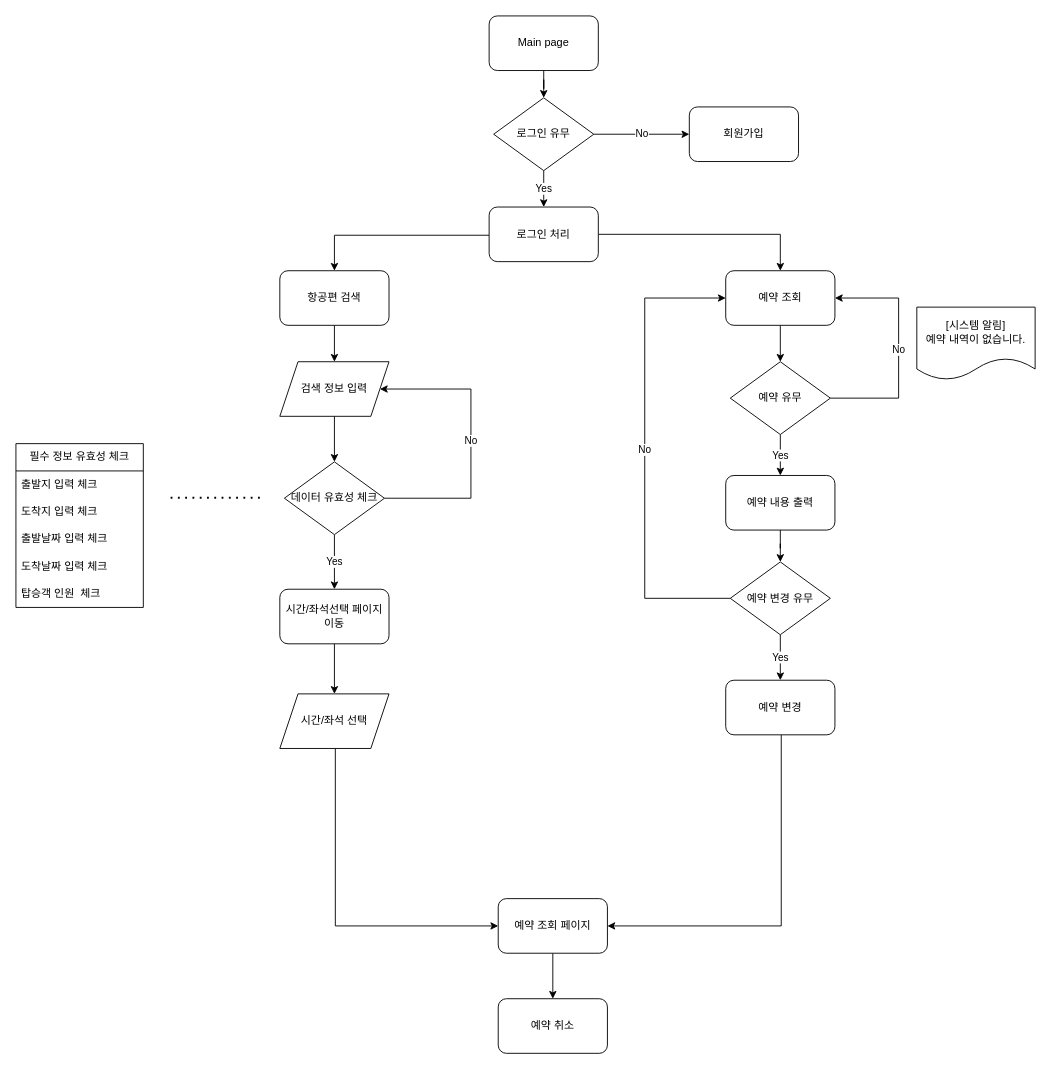
Above: page "예약" (2 of 4) of 제목 없는 다이어그램.drawio in awfawf123/workspace (draw.io), before the change. Source tidied: cells renumbered, new cells numbered last; positions are measured from the earlier drawing's top-left corner, leaving out a move shared by most shapes. Both pictures are drawn from the tidied source at 91%, with x=0, y=0 at pixel (15, 15).
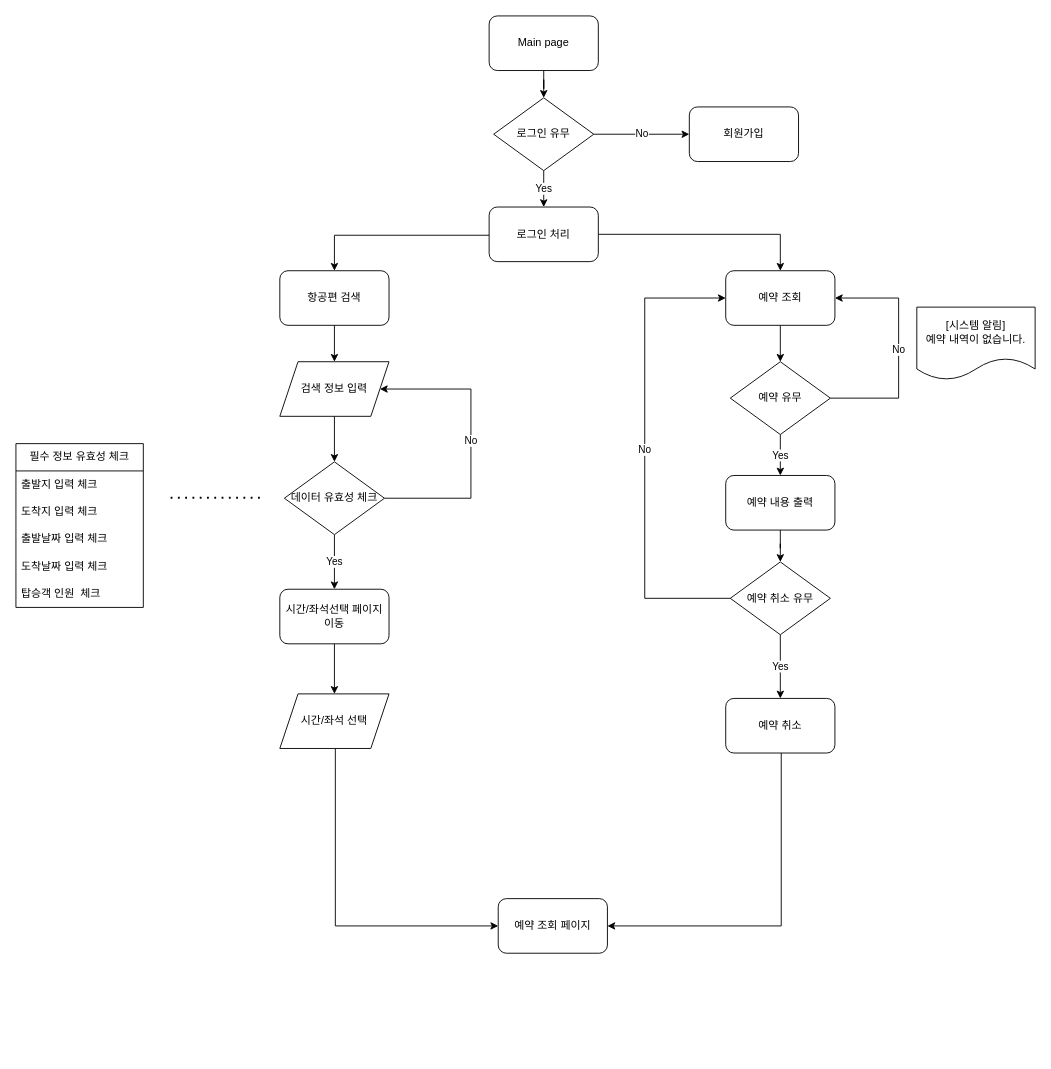
The same diagram, later.

Commit message:
제목 없는 다이어그램.drawio 업데이트

The change refers to these unchanged cells:
```xml
<mxCell id="28" value="예약 조회 페이지" style="rounded=1;whiteSpace=wrap;html=1;" parent="1" vertex="1">
  <mxGeometry x="530" y="970" width="120" height="60" as="geometry" />
</mxCell>
```

Change to the diagram source:
```diff
@@
-    <mxCell id="27" style="edgeStyle=orthogonalEdgeStyle;rounded=0;jettySize=auto;html=1;" parent="1" edge="1" source="28">
-      <mxGeometry relative="1" as="geometry">
-        <mxPoint x="590" y="1080" as="targetPoint" />
-      </mxGeometry>
-    </mxCell>
@@
-    <mxCell id="41" value="예약 변경 유무" style="rhombus;whiteSpace=wrap;html=1;" parent="1" vertex="1">
+    <mxCell id="41" value="예약 취소 유무" style="rhombus;whiteSpace=wrap;html=1;" parent="1" vertex="1">
       <mxGeometry x="785" y="600" width="110" height="80" as="geometry" />
     </mxCell>
@@
-    <mxCell id="43" value="예약 변경" style="rounded=1;whiteSpace=wrap;html=1;" parent="1" vertex="1">
-      <mxGeometry x="780" y="730" width="120" height="60" as="geometry" />
+    <mxCell id="43" value="예약 취소" style="rounded=1;whiteSpace=wrap;html=1;" parent="1" vertex="1">
+      <mxGeometry x="780" y="750" width="120" height="60" as="geometry" />
     </mxCell>
-    <mxCell id="44" value="예약 취소" style="rounded=1;whiteSpace=wrap;html=1;" parent="1" vertex="1">
-      <mxGeometry x="530" y="1080" width="120" height="60" as="geometry" />
-    </mxCell>
```
